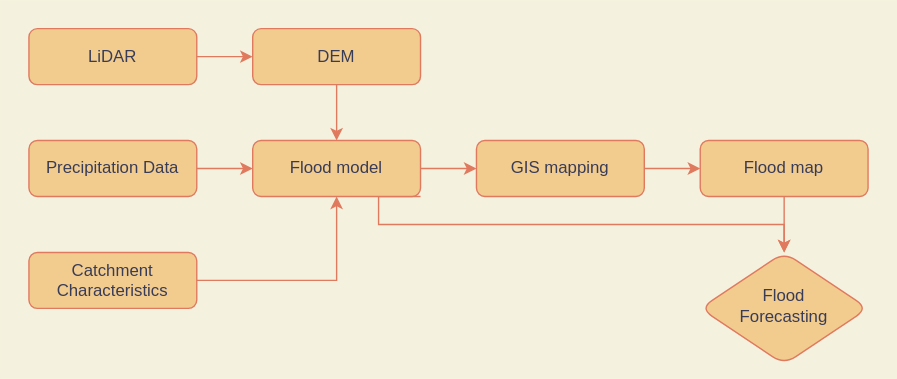
This is Flow-Planning.drawio.svg from anixn/Diagrams.net, a draw.io export, as it was before one commit. Source tidied: cells renumbered, new cells last; positions are measured from the earlier drawing's top-left corner, leaving out a move shared by most shapes.
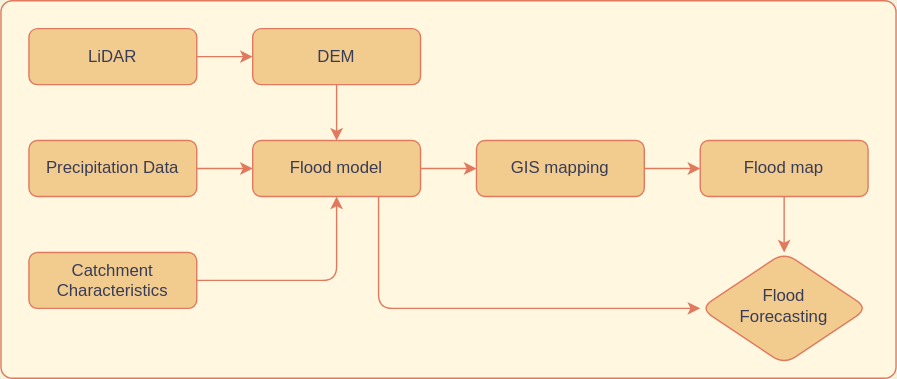
Later version of the same file.

Change to the diagram source:
```diff
@@ -2,10 +2,10 @@
   <root>
     <mxCell id="0" />
     <mxCell id="1" parent="0" />
-    <mxCell id="2" style="rounded=0;whiteSpace=wrap;html=1;labelBackgroundColor=#4A4A4A;fontSize=19;fillColor=#F4F1DE;strokeColor=none;fontColor=#333333;" parent="1" vertex="1">
+    <mxCell id="2" style="rounded=1;whiteSpace=wrap;html=1;labelBackgroundColor=#F4F1DE;fontSize=19;fillColor=#FFF7E0;strokeColor=#E07A5F;fontColor=#393C56;arcSize=3;" parent="1" vertex="1">
       <mxGeometry width="640" height="270" as="geometry" />
     </mxCell>
-    <mxCell id="3" style="edgeStyle=orthogonalEdgeStyle;rounded=0;jettySize=auto;html=1;exitX=1;exitY=0.5;exitDx=0;exitDy=0;fontSize=19;fontColor=#E6D0DE;strokeColor=#E07A5F;fillColor=#F2CC8F;" parent="1" edge="1" source="4" target="7">
+    <mxCell id="3" style="edgeStyle=orthogonalEdgeStyle;rounded=1;jettySize=auto;html=1;exitX=1;exitY=0.5;exitDx=0;exitDy=0;fontSize=19;fontColor=#393C56;strokeColor=#E07A5F;fillColor=#F2CC8F;labelBackgroundColor=#F4F1DE;" parent="1" edge="1" source="4" target="7">
       <mxGeometry relative="1" as="geometry" />
     </mxCell>
     <mxCell id="4" value="LiDAR" style="rounded=1;whiteSpace=wrap;html=1;fontSize=12;glass=0;strokeWidth=1;shadow=0;fillColor=#F2CC8F;strokeColor=#E07A5F;fontColor=#393C56;" parent="1" vertex="1">
@@ -14,46 +14,40 @@
     <mxCell id="5" value="Flood&lt;br&gt;Forecasting" style="rhombus;whiteSpace=wrap;html=1;shadow=0;fontFamily=Helvetica;fontSize=12;align=center;strokeWidth=1;spacing=6;spacingTop=-4;rounded=1;fillColor=#F2CC8F;strokeColor=#E07A5F;fontColor=#393C56;" parent="1" vertex="1">
       <mxGeometry x="500" y="180" width="120" height="80" as="geometry" />
     </mxCell>
-    <mxCell id="6" style="edgeStyle=orthogonalEdgeStyle;rounded=0;jettySize=auto;html=1;exitX=0.5;exitY=1;exitDx=0;exitDy=0;entryX=0.5;entryY=0;entryDx=0;entryDy=0;fontSize=19;fontColor=#E6D0DE;strokeColor=#E07A5F;fillColor=#F2CC8F;" parent="1" edge="1" source="7" target="16">
+    <mxCell id="6" style="edgeStyle=orthogonalEdgeStyle;rounded=1;jettySize=auto;html=1;exitX=0.5;exitY=1;exitDx=0;exitDy=0;entryX=0.5;entryY=0;entryDx=0;entryDy=0;fontSize=19;fontColor=#393C56;strokeColor=#E07A5F;fillColor=#F2CC8F;labelBackgroundColor=#F4F1DE;" parent="1" edge="1" source="7" target="16">
       <mxGeometry relative="1" as="geometry" />
     </mxCell>
     <mxCell id="7" value="DEM" style="rounded=1;whiteSpace=wrap;html=1;fontSize=12;glass=0;strokeWidth=1;shadow=0;fillColor=#F2CC8F;strokeColor=#E07A5F;fontColor=#393C56;" parent="1" vertex="1">
       <mxGeometry x="180" y="20" width="120" height="40" as="geometry" />
     </mxCell>
-    <mxCell id="8" style="edgeStyle=orthogonalEdgeStyle;rounded=0;jettySize=auto;html=1;exitX=1;exitY=0.5;exitDx=0;exitDy=0;entryX=0;entryY=0.5;entryDx=0;entryDy=0;fontSize=19;fontColor=#E6D0DE;strokeColor=#E07A5F;fillColor=#F2CC8F;" parent="1" edge="1" source="9" target="11">
+    <mxCell id="8" style="edgeStyle=orthogonalEdgeStyle;rounded=1;jettySize=auto;html=1;exitX=1;exitY=0.5;exitDx=0;exitDy=0;entryX=0;entryY=0.5;entryDx=0;entryDy=0;fontSize=19;fontColor=#393C56;strokeColor=#E07A5F;fillColor=#F2CC8F;labelBackgroundColor=#F4F1DE;" parent="1" edge="1" source="9" target="11">
       <mxGeometry relative="1" as="geometry" />
     </mxCell>
     <mxCell id="9" value="GIS mapping" style="rounded=1;whiteSpace=wrap;html=1;fontSize=12;glass=0;strokeWidth=1;shadow=0;fillColor=#F2CC8F;strokeColor=#E07A5F;fontColor=#393C56;" parent="1" vertex="1">
       <mxGeometry x="340" y="100" width="120" height="40" as="geometry" />
     </mxCell>
-    <mxCell id="10" style="edgeStyle=orthogonalEdgeStyle;rounded=0;jettySize=auto;html=1;exitX=0.5;exitY=1;exitDx=0;exitDy=0;fontSize=19;fontColor=#E6D0DE;strokeColor=#E07A5F;fillColor=#F2CC8F;" parent="1" edge="1" source="11" target="5">
+    <mxCell id="10" style="edgeStyle=orthogonalEdgeStyle;rounded=1;jettySize=auto;html=1;exitX=0.5;exitY=1;exitDx=0;exitDy=0;fontSize=19;fontColor=#393C56;strokeColor=#E07A5F;fillColor=#F2CC8F;labelBackgroundColor=#F4F1DE;" parent="1" edge="1" source="11" target="5">
       <mxGeometry relative="1" as="geometry" />
     </mxCell>
     <mxCell id="11" value="Flood map" style="rounded=1;whiteSpace=wrap;html=1;fontSize=12;glass=0;strokeWidth=1;shadow=0;fillColor=#F2CC8F;strokeColor=#E07A5F;fontColor=#393C56;" parent="1" vertex="1">
       <mxGeometry x="500" y="100" width="120" height="40" as="geometry" />
     </mxCell>
-    <mxCell id="12" style="edgeStyle=orthogonalEdgeStyle;rounded=0;jettySize=auto;html=1;exitX=1;exitY=0.5;exitDx=0;exitDy=0;fontSize=19;fontColor=#E6D0DE;strokeColor=#E07A5F;fillColor=#F2CC8F;" parent="1" edge="1" source="13" target="16">
+    <mxCell id="12" style="edgeStyle=orthogonalEdgeStyle;rounded=1;jettySize=auto;html=1;exitX=1;exitY=0.5;exitDx=0;exitDy=0;fontSize=19;fontColor=#393C56;strokeColor=#E07A5F;fillColor=#F2CC8F;labelBackgroundColor=#F4F1DE;" parent="1" edge="1" source="13" target="16">
       <mxGeometry relative="1" as="geometry" />
     </mxCell>
     <mxCell id="13" value="Precipitation Data" style="rounded=1;whiteSpace=wrap;html=1;fontSize=12;glass=0;strokeWidth=1;shadow=0;fillColor=#F2CC8F;strokeColor=#E07A5F;fontColor=#393C56;" parent="1" vertex="1">
       <mxGeometry x="20" y="100" width="120" height="40" as="geometry" />
     </mxCell>
-    <mxCell id="14" style="edgeStyle=orthogonalEdgeStyle;rounded=0;jettySize=auto;html=1;exitX=1;exitY=0.5;exitDx=0;exitDy=0;entryX=0;entryY=0.5;entryDx=0;entryDy=0;fontSize=19;fontColor=#E6D0DE;strokeColor=#E07A5F;fillColor=#F2CC8F;" parent="1" edge="1" source="16" target="9">
+    <mxCell id="14" style="edgeStyle=orthogonalEdgeStyle;rounded=1;jettySize=auto;html=1;exitX=1;exitY=0.5;exitDx=0;exitDy=0;entryX=0;entryY=0.5;entryDx=0;entryDy=0;fontSize=19;fontColor=#393C56;strokeColor=#E07A5F;fillColor=#F2CC8F;labelBackgroundColor=#F4F1DE;" parent="1" edge="1" source="16" target="9">
       <mxGeometry relative="1" as="geometry" />
     </mxCell>
-    <mxCell id="15" style="edgeStyle=orthogonalEdgeStyle;rounded=0;jettySize=auto;html=1;exitX=1;exitY=1;exitDx=0;exitDy=0;fontSize=19;fontColor=#E6D0DE;strokeColor=#E07A5F;fillColor=#F2CC8F;" parent="1" edge="1" source="16" target="5">
-      <mxGeometry relative="1" as="geometry">
-        <Array as="points">
-          <mxPoint x="270" y="140" />
-          <mxPoint x="270" y="160" />
-          <mxPoint x="560" y="160" />
-        </Array>
-      </mxGeometry>
+    <mxCell id="15" style="edgeStyle=orthogonalEdgeStyle;rounded=1;jettySize=auto;html=1;exitX=0.75;exitY=1;exitDx=0;exitDy=0;entryX=0;entryY=0.5;entryDx=0;entryDy=0;labelBackgroundColor=#F4F1DE;strokeColor=#E07A5F;fontColor=#393C56;" parent="1" edge="1" source="16" target="5">
+      <mxGeometry relative="1" as="geometry" />
     </mxCell>
     <mxCell id="16" value="Flood model" style="rounded=1;whiteSpace=wrap;html=1;fontSize=12;glass=0;strokeWidth=1;shadow=0;fillColor=#F2CC8F;strokeColor=#E07A5F;fontColor=#393C56;" parent="1" vertex="1">
       <mxGeometry x="180" y="100" width="120" height="40" as="geometry" />
     </mxCell>
-    <mxCell id="17" style="edgeStyle=orthogonalEdgeStyle;rounded=0;jettySize=auto;html=1;exitX=1;exitY=0.5;exitDx=0;exitDy=0;entryX=0.5;entryY=1;entryDx=0;entryDy=0;fontSize=19;fontColor=#E6D0DE;strokeColor=#E07A5F;fillColor=#F2CC8F;" parent="1" edge="1" source="18" target="16">
+    <mxCell id="17" style="edgeStyle=orthogonalEdgeStyle;rounded=1;jettySize=auto;html=1;exitX=1;exitY=0.5;exitDx=0;exitDy=0;entryX=0.5;entryY=1;entryDx=0;entryDy=0;fontSize=19;fontColor=#393C56;strokeColor=#E07A5F;fillColor=#F2CC8F;labelBackgroundColor=#F4F1DE;" parent="1" edge="1" source="18" target="16">
       <mxGeometry relative="1" as="geometry" />
     </mxCell>
     <mxCell id="18" value="Catchment Characteristics" style="rounded=1;whiteSpace=wrap;html=1;fontSize=12;glass=0;strokeWidth=1;shadow=0;fillColor=#F2CC8F;strokeColor=#E07A5F;fontColor=#393C56;" parent="1" vertex="1">
```
